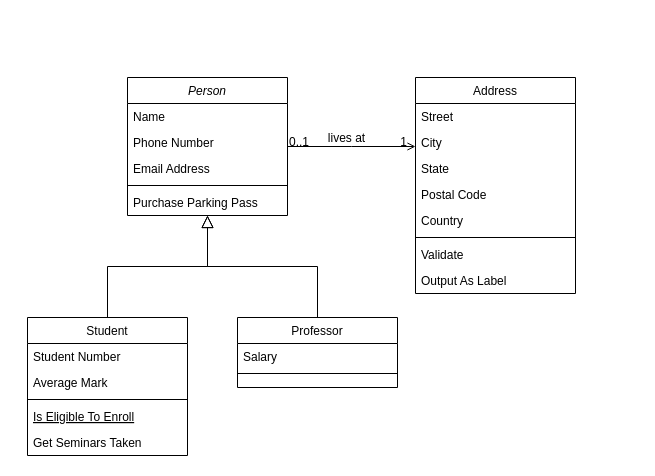
Maminjatovo/MCD keeps this draw.io diagram as mcd quiz/Diagramme sans nom.drawio. Above is the earlier version. Source tidied: cells renumbered, new cells numbered last; positions are measured from the earlier drawing's top-left corner, leaving out a move shared by most shapes. Both pictures are drawn from the tidied source at 100%, with x=0, y=0 at pixel (27, 77).
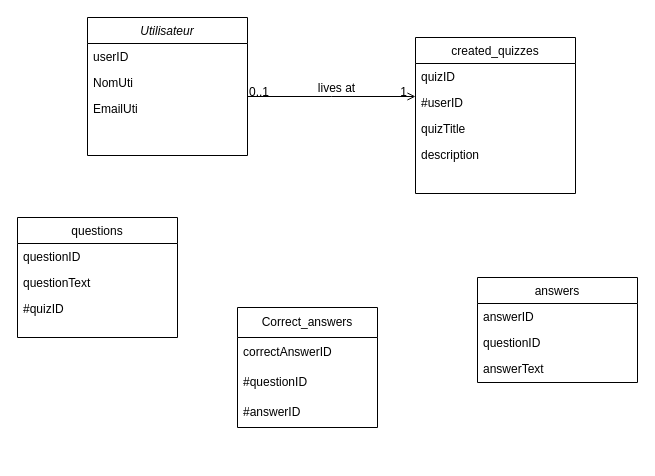
Above is the later version.

Commit message (it also covers changes not shown here):
Mettre à jour Diagramme sans nom.drawio

Change to the diagram source:
```diff
@@
-    <mxCell id="2" value="Person" style="swimlane;fontStyle=2;align=center;verticalAlign=top;horizontal=1;startSize=26;rounded=0;shadow=0;strokeWidth=1;" parent="1" vertex="1">
-      <mxGeometry x="100" width="160" height="138" as="geometry" />
+    <mxCell id="2" value="Utilisateur&#10;" style="swimlane;fontStyle=2;align=center;verticalAlign=top;horizontal=1;startSize=26;rounded=0;shadow=0;strokeWidth=1;" parent="1" vertex="1">
+      <mxGeometry x="60" y="-60" width="160" height="138" as="geometry" />
     </mxCell>
-    <mxCell id="3" value="Name" style="text;align=left;verticalAlign=top;spacingLeft=4;spacingRight=4;overflow=hidden;" parent="2" vertex="1">
+    <mxCell id="3" value="userID" style="text;align=left;verticalAlign=top;spacingLeft=4;spacingRight=4;overflow=hidden;" parent="2" vertex="1">
       <mxGeometry y="26" width="160" height="26" as="geometry" />
     </mxCell>
-    <mxCell id="4" value="Phone Number" style="text;align=left;verticalAlign=top;spacingLeft=4;spacingRight=4;overflow=hidden;rounded=0;shadow=0;html=0;" parent="2" vertex="1">
+    <mxCell id="4" value="NomUti" style="text;align=left;verticalAlign=top;spacingLeft=4;spacingRight=4;overflow=hidden;rounded=0;shadow=0;html=0;" parent="2" vertex="1">
       <mxGeometry y="52" width="160" height="26" as="geometry" />
     </mxCell>
-    <mxCell id="5" value="Email Address" style="text;align=left;verticalAlign=top;spacingLeft=4;spacingRight=4;overflow=hidden;rounded=0;shadow=0;html=0;" parent="2" vertex="1">
+    <mxCell id="5" value="EmailUti" style="text;align=left;verticalAlign=top;spacingLeft=4;spacingRight=4;overflow=hidden;rounded=0;shadow=0;html=0;" parent="2" vertex="1">
       <mxGeometry y="78" width="160" height="26" as="geometry" />
     </mxCell>
-    <mxCell id="6" style="line;html=1;strokeWidth=1;align=left;verticalAlign=middle;spacingTop=-1;spacingLeft=3;spacingRight=3;labelPosition=right;" parent="2" vertex="1">
-      <mxGeometry y="104" width="160" height="8" as="geometry" />
-    </mxCell>
-    <mxCell id="7" value="Purchase Parking Pass" style="text;align=left;verticalAlign=top;spacingLeft=4;spacingRight=4;overflow=hidden;" parent="2" vertex="1">
-      <mxGeometry y="112" width="160" height="26" as="geometry" />
-    </mxCell>
-    <mxCell id="8" value="Student" style="swimlane;fontStyle=0;align=center;verticalAlign=top;horizontal=1;startSize=26;rounded=0;shadow=0;strokeWidth=1;" parent="1" vertex="1">
-      <mxGeometry y="240" width="160" height="138" as="geometry" />
+    <mxCell id="8" value="questions" style="swimlane;fontStyle=0;align=center;verticalAlign=top;horizontal=1;startSize=26;rounded=0;shadow=0;strokeWidth=1;" parent="1" vertex="1">
+      <mxGeometry x="-10" y="140" width="160" height="120" as="geometry" />
     </mxCell>
-    <mxCell id="9" value="Student Number" style="text;align=left;verticalAlign=top;spacingLeft=4;spacingRight=4;overflow=hidden;" parent="8" vertex="1">
+    <mxCell id="9" value="questionID" style="text;align=left;verticalAlign=top;spacingLeft=4;spacingRight=4;overflow=hidden;" parent="8" vertex="1">
       <mxGeometry y="26" width="160" height="26" as="geometry" />
     </mxCell>
-    <mxCell id="10" value="Average Mark" style="text;align=left;verticalAlign=top;spacingLeft=4;spacingRight=4;overflow=hidden;rounded=0;shadow=0;html=0;" parent="8" vertex="1">
+    <mxCell id="10" value="questionText" style="text;align=left;verticalAlign=top;spacingLeft=4;spacingRight=4;overflow=hidden;rounded=0;shadow=0;html=0;" parent="8" vertex="1">
       <mxGeometry y="52" width="160" height="26" as="geometry" />
     </mxCell>
-    <mxCell id="11" style="line;html=1;strokeWidth=1;align=left;verticalAlign=middle;spacingTop=-1;spacingLeft=3;spacingRight=3;labelPosition=right;" parent="8" vertex="1">
-      <mxGeometry y="78" width="160" height="8" as="geometry" />
-    </mxCell>
-    <mxCell id="12" value="Is Eligible To Enroll" style="text;align=left;verticalAlign=top;spacingLeft=4;spacingRight=4;overflow=hidden;fontStyle=4;" parent="8" vertex="1">
-      <mxGeometry y="86" width="160" height="26" as="geometry" />
-    </mxCell>
-    <mxCell id="13" value="Get Seminars Taken" style="text;align=left;verticalAlign=top;spacingLeft=4;spacingRight=4;overflow=hidden;" parent="8" vertex="1">
-      <mxGeometry y="112" width="160" height="26" as="geometry" />
-    </mxCell>
-    <mxCell id="14" style="endArrow=block;endSize=10;endFill=0;shadow=0;strokeWidth=1;rounded=0;edgeStyle=elbowEdgeStyle;elbow=vertical;" parent="1" edge="1" source="8" target="2">
-      <mxGeometry relative="1" as="geometry" />
-    </mxCell>
+    <mxCell id="32" value="#quizID" style="text;align=left;verticalAlign=top;spacingLeft=4;spacingRight=4;overflow=hidden;rounded=0;shadow=0;html=0;" parent="8" vertex="1">
+      <mxGeometry y="78" width="160" height="28" as="geometry" />
+    </mxCell>
-    <mxCell id="15" value="Professor" style="swimlane;fontStyle=0;align=center;verticalAlign=top;horizontal=1;startSize=26;rounded=0;shadow=0;strokeWidth=1;" parent="1" vertex="1">
-      <mxGeometry x="210" y="240" width="160" height="70" as="geometry" />
+    <mxCell id="15" value="answers" style="swimlane;fontStyle=0;align=center;verticalAlign=top;horizontal=1;startSize=26;rounded=0;shadow=0;strokeWidth=1;" parent="1" vertex="1">
+      <mxGeometry x="450" y="200" width="160" height="105" as="geometry" />
     </mxCell>
+    <mxCell id="33" value="answerID" style="text;align=left;verticalAlign=top;spacingLeft=4;spacingRight=4;overflow=hidden;" parent="15" vertex="1">
+      <mxGeometry y="26" width="160" height="26" as="geometry" />
+    </mxCell>
-    <mxCell id="16" value="Salary" style="text;align=left;verticalAlign=top;spacingLeft=4;spacingRight=4;overflow=hidden;" parent="15" vertex="1">
-      <mxGeometry y="26" width="160" height="26" as="geometry" />
+    <mxCell id="16" value="questionID" style="text;align=left;verticalAlign=top;spacingLeft=4;spacingRight=4;overflow=hidden;" parent="15" vertex="1">
+      <mxGeometry y="52" width="160" height="26" as="geometry" />
     </mxCell>
-    <mxCell id="17" style="line;html=1;strokeWidth=1;align=left;verticalAlign=middle;spacingTop=-1;spacingLeft=3;spacingRight=3;labelPosition=right;" parent="15" vertex="1">
-      <mxGeometry y="52" width="160" height="8" as="geometry" />
-    </mxCell>
-    <mxCell id="18" style="endArrow=block;endSize=10;endFill=0;shadow=0;strokeWidth=1;rounded=0;edgeStyle=elbowEdgeStyle;elbow=vertical;" parent="1" edge="1" source="15" target="2">
-      <mxGeometry relative="1" as="geometry" />
-    </mxCell>
+    <mxCell id="34" value="answerText" style="text;align=left;verticalAlign=top;spacingLeft=4;spacingRight=4;overflow=hidden;" parent="15" vertex="1">
+      <mxGeometry y="78" width="160" height="26" as="geometry" />
+    </mxCell>
-    <mxCell id="19" value="Address" style="swimlane;fontStyle=0;align=center;verticalAlign=top;horizontal=1;startSize=26;rounded=0;shadow=0;strokeWidth=1;" parent="1" vertex="1">
-      <mxGeometry x="388" width="160" height="216" as="geometry" />
+    <mxCell id="19" value="created_quizzes" style="swimlane;fontStyle=0;align=center;verticalAlign=top;horizontal=1;startSize=26;rounded=0;shadow=0;strokeWidth=1;" parent="1" vertex="1">
+      <mxGeometry x="388" y="-40" width="160" height="156" as="geometry" />
     </mxCell>
-    <mxCell id="20" value="Street" style="text;align=left;verticalAlign=top;spacingLeft=4;spacingRight=4;overflow=hidden;" parent="19" vertex="1">
+    <mxCell id="20" value="quizID" style="text;align=left;verticalAlign=top;spacingLeft=4;spacingRight=4;overflow=hidden;" parent="19" vertex="1">
       <mxGeometry y="26" width="160" height="26" as="geometry" />
     </mxCell>
-    <mxCell id="21" value="City" style="text;align=left;verticalAlign=top;spacingLeft=4;spacingRight=4;overflow=hidden;rounded=0;shadow=0;html=0;" parent="19" vertex="1">
-      <mxGeometry y="52" width="160" height="26" as="geometry" />
-    </mxCell>
+    <mxCell id="35" value="#userID" style="text;align=left;verticalAlign=top;spacingLeft=4;spacingRight=4;overflow=hidden;rounded=0;shadow=0;html=0;" parent="19" vertex="1">
+      <mxGeometry y="52" width="160" height="26" as="geometry" />
+    </mxCell>
-    <mxCell id="22" value="State" style="text;align=left;verticalAlign=top;spacingLeft=4;spacingRight=4;overflow=hidden;rounded=0;shadow=0;html=0;" parent="19" vertex="1">
+    <mxCell id="22" value="quizTitle" style="text;align=left;verticalAlign=top;spacingLeft=4;spacingRight=4;overflow=hidden;rounded=0;shadow=0;html=0;" parent="19" vertex="1">
       <mxGeometry y="78" width="160" height="26" as="geometry" />
     </mxCell>
-    <mxCell id="23" value="Postal Code" style="text;align=left;verticalAlign=top;spacingLeft=4;spacingRight=4;overflow=hidden;rounded=0;shadow=0;html=0;" parent="19" vertex="1">
+    <mxCell id="23" value="description" style="text;align=left;verticalAlign=top;spacingLeft=4;spacingRight=4;overflow=hidden;rounded=0;shadow=0;html=0;" parent="19" vertex="1">
       <mxGeometry y="104" width="160" height="26" as="geometry" />
     </mxCell>
-    <mxCell id="24" value="Country" style="text;align=left;verticalAlign=top;spacingLeft=4;spacingRight=4;overflow=hidden;rounded=0;shadow=0;html=0;" parent="19" vertex="1">
-      <mxGeometry y="130" width="160" height="26" as="geometry" />
-    </mxCell>
-    <mxCell id="25" style="line;html=1;strokeWidth=1;align=left;verticalAlign=middle;spacingTop=-1;spacingLeft=3;spacingRight=3;labelPosition=right;" parent="19" vertex="1">
-      <mxGeometry y="156" width="160" height="8" as="geometry" />
-    </mxCell>
-    <mxCell id="26" value="Validate" style="text;align=left;verticalAlign=top;spacingLeft=4;spacingRight=4;overflow=hidden;" parent="19" vertex="1">
-      <mxGeometry y="164" width="160" height="26" as="geometry" />
-    </mxCell>
-    <mxCell id="27" value="Output As Label" style="text;align=left;verticalAlign=top;spacingLeft=4;spacingRight=4;overflow=hidden;" parent="19" vertex="1">
-      <mxGeometry y="190" width="160" height="26" as="geometry" />
-    </mxCell>
@@
+    <mxCell id="36" value="Correct_answers" style="swimlane;fontStyle=0;horizontal=1;startSize=30;whiteSpace=wrap;html=1;" parent="1" vertex="1">
+      <mxGeometry x="210" y="230" width="140" height="120" as="geometry" />
+    </mxCell>
+    <mxCell id="37" value="correctAnswerID" style="text;strokeColor=none;fillColor=none;align=left;verticalAlign=middle;spacingLeft=4;spacingRight=4;overflow=hidden;whiteSpace=wrap;html=1;" parent="36" vertex="1">
+      <mxGeometry y="30" width="140" height="30" as="geometry" />
+    </mxCell>
+    <mxCell id="38" value="#questionID" style="text;strokeColor=none;fillColor=none;align=left;verticalAlign=middle;spacingLeft=4;spacingRight=4;overflow=hidden;whiteSpace=wrap;html=1;" parent="36" vertex="1">
+      <mxGeometry y="60" width="140" height="30" as="geometry" />
+    </mxCell>
+    <mxCell id="39" value="#answerID" style="text;strokeColor=none;fillColor=none;align=left;verticalAlign=middle;spacingLeft=4;spacingRight=4;overflow=hidden;whiteSpace=wrap;html=1;" parent="36" vertex="1">
+      <mxGeometry y="90" width="140" height="30" as="geometry" />
+    </mxCell>
```
